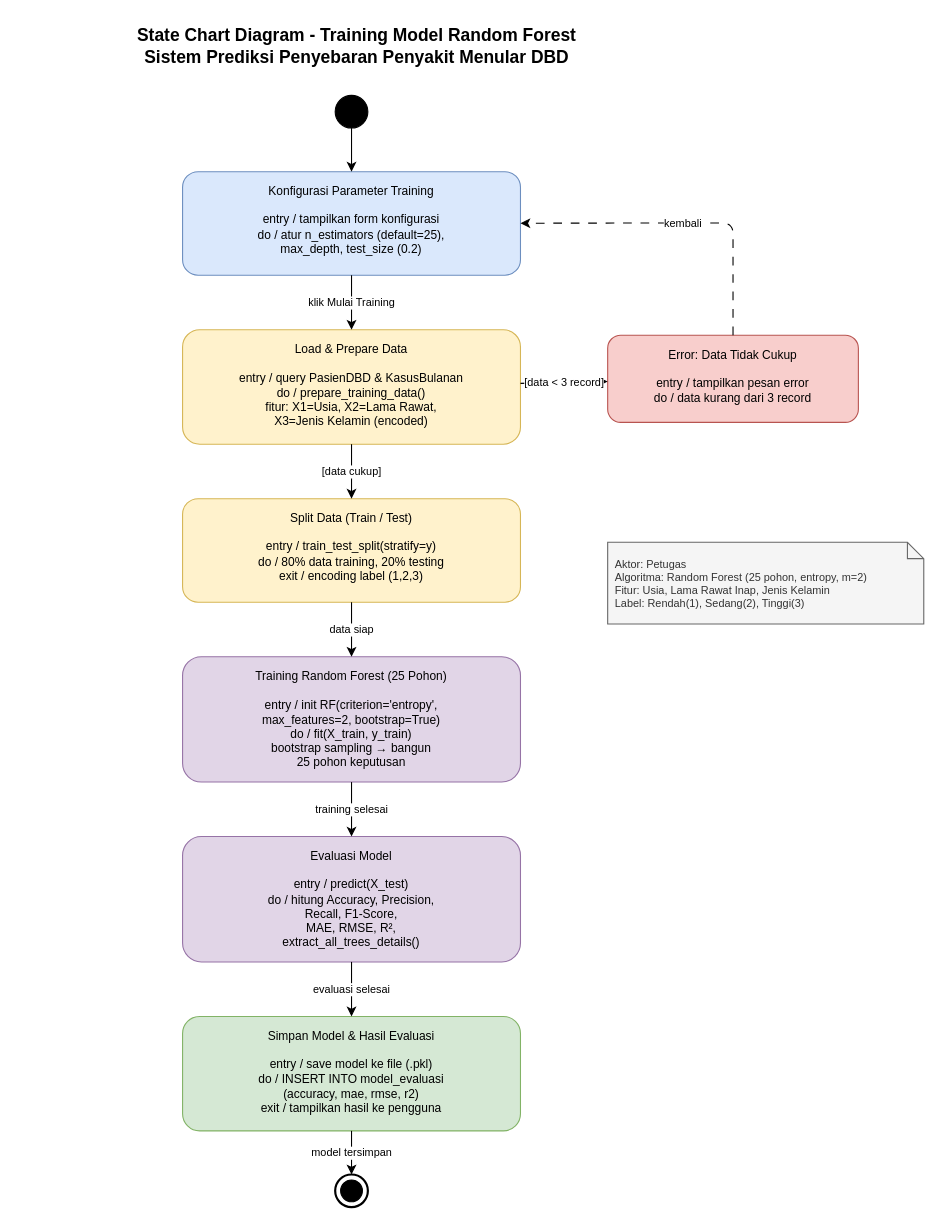
Suwardi87/prediksi-DBD keeps this draw.io diagram as Dokumen/UML/state_chart_training.drawio. Above is the earlier version. Source tidied: cells renumbered, new cells numbered last; positions are measured from the earlier drawing's top-left corner, leaving out a move shared by most shapes. Both pictures are drawn from the tidied source at 109%, with x=0, y=0 at pixel (19, 19).
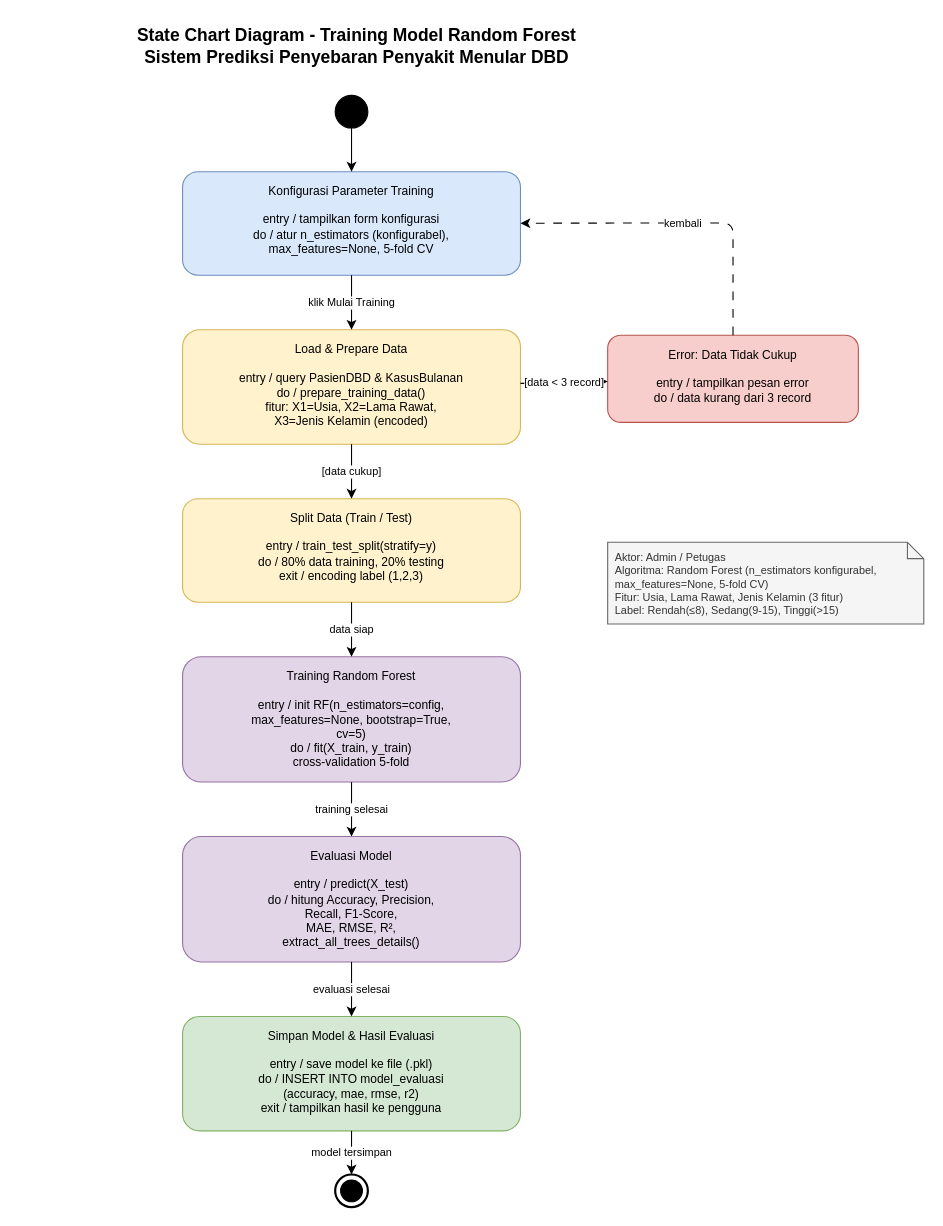
The same page after the edit.

Change to the diagram source:
```diff
@@
-    <mxCell id="4" value="Konfigurasi Parameter Training&#10;&#10;entry / tampilkan form konfigurasi&#10;do / atur n_estimators (default=25),&#10;       max_depth, test_size (0.2)" style="rounded=1;whiteSpace=wrap;html=1;fillColor=#dae8fc;strokeColor=#6c8ebf;fontSize=11;verticalAlign=top;spacingTop=5;" parent="1" vertex="1">
+    <mxCell id="4" value="Konfigurasi Parameter Training&#10;&#10;entry / tampilkan form konfigurasi&#10;do / atur n_estimators (konfigurabel),&#10;       max_features=None, 5-fold CV" style="rounded=1;whiteSpace=wrap;html=1;fillColor=#dae8fc;strokeColor=#6c8ebf;fontSize=11;verticalAlign=top;spacingTop=5;" parent="1" vertex="1">
       <mxGeometry x="150" y="140" width="310" height="95" as="geometry" />
     </mxCell>
@@
-    <mxCell id="13" value="Training Random Forest (25 Pohon)&#10;&#10;entry / init RF(criterion='entropy',&#10;       max_features=2, bootstrap=True)&#10;do / fit(X_train, y_train)&#10;       bootstrap sampling → bangun&#10;       25 pohon keputusan" style="rounded=1;whiteSpace=wrap;html=1;fillColor=#e1d5e7;strokeColor=#9673a6;fontSize=11;verticalAlign=top;spacingTop=5;" parent="1" vertex="1">
+    <mxCell id="13" value="Training Random Forest&#10;&#10;entry / init RF(n_estimators=config,&#10;       max_features=None, bootstrap=True,&#10;       cv=5)&#10;do / fit(X_train, y_train)&#10;       cross-validation 5-fold" style="rounded=1;whiteSpace=wrap;html=1;fillColor=#e1d5e7;strokeColor=#9673a6;fontSize=11;verticalAlign=top;spacingTop=5;" parent="1" vertex="1">
       <mxGeometry x="150" y="585" width="310" height="115" as="geometry" />
     </mxCell>
@@
-    <mxCell id="22" value="Aktor: Petugas&#10;Algoritma: Random Forest (25 pohon, entropy, m=2)&#10;Fitur: Usia, Lama Rawat Inap, Jenis Kelamin&#10;Label: Rendah(1), Sedang(2), Tinggi(3)" style="shape=note;whiteSpace=wrap;html=1;backgroundOutline=1;size=15;fillColor=#f5f5f5;strokeColor=#666666;fontColor=#333333;fontSize=10;align=left;spacingLeft=5;" parent="1" vertex="1">
+    <mxCell id="22" value="Aktor: Admin / Petugas&#10;Algoritma: Random Forest (n_estimators konfigurabel,&#10;  max_features=None, 5-fold CV)&#10;Fitur: Usia, Lama Rawat, Jenis Kelamin (3 fitur)&#10;Label: Rendah(≤8), Sedang(9-15), Tinggi(&gt;15)" style="shape=note;whiteSpace=wrap;html=1;backgroundOutline=1;size=15;fillColor=#f5f5f5;strokeColor=#666666;fontColor=#333333;fontSize=10;align=left;spacingLeft=5;" parent="1" vertex="1">
       <mxGeometry x="540" y="480" width="290" height="75" as="geometry" />
     </mxCell>
```
